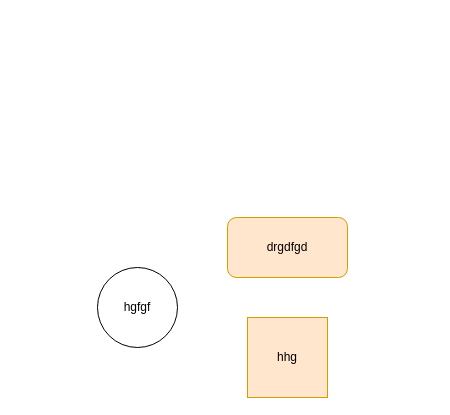
Earlier version of the draw.io diagram pretraitement_bdd_bacus.drawio (dodviso/solagro_sql_bacus). Source tidied: cells renumbered, new cells numbered last; positions are measured from the earlier drawing's top-left corner, leaving out a move shared by most shapes. Both pictures are drawn from the tidied source at 100%, with x=0, y=0 at pixel (97, 217).
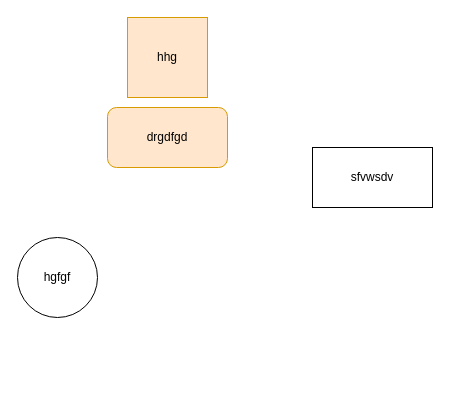
The same page after the edit.

Commit message:
Mettre à jour pretraitement_bdd_bacus.drawio

Diff of the diagram source:
```diff
@@
 <mxGraphModel>
   <root>
     <mxCell id="0" />
     <mxCell id="1" parent="0" />
     <mxCell id="2" value="drgdfgd" style="rounded=1;whiteSpace=wrap;html=1;fillColor=#ffe6cc;strokeColor=#d79b00;gradientColor=none;glass=0;shadow=0;" parent="1" vertex="1">
-      <mxGeometry x="130" width="120" height="60" as="geometry" />
+      <mxGeometry x="10" y="-110" width="120" height="60" as="geometry" />
     </mxCell>
     <mxCell id="3" value="hhg" style="whiteSpace=wrap;html=1;fillColor=#ffe6cc;strokeColor=#d79b00;" parent="1" vertex="1">
-      <mxGeometry x="150" y="100" width="80" height="80" as="geometry" />
+      <mxGeometry x="30" y="-200" width="80" height="80" as="geometry" />
     </mxCell>
     <mxCell id="4" value="hgfgf" style="ellipse;whiteSpace=wrap;html=1;" parent="1" vertex="1">
-      <mxGeometry y="50" width="80" height="80" as="geometry" />
+      <mxGeometry x="-80" y="20" width="80" height="80" as="geometry" />
     </mxCell>
+    <mxCell id="5" parent="0" />
+    <mxCell id="6" value="sfvwsdv" style="rounded=0;whiteSpace=wrap;html=1;" parent="5" vertex="1">
+      <mxGeometry x="215" y="-70" width="120" height="60" as="geometry" />
+    </mxCell>
   </root>
 </mxGraphModel>
```
